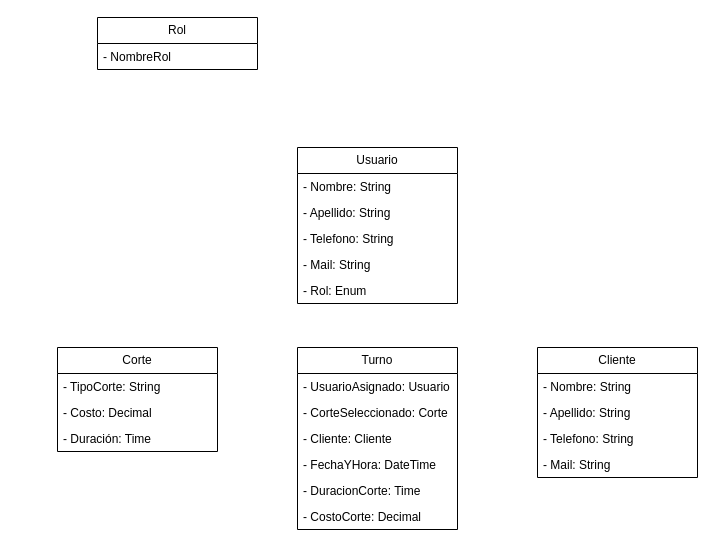
This is ClipperApp.drawio from Francisco-Galea/Diagramas-y-Otros, a draw.io file, before an edit. Source tidied: cells renumbered, new cells numbered last; positions are measured from the earlier drawing's top-left corner, leaving out a move shared by most shapes. Both pictures are drawn from the tidied source at 100%, with x=0, y=0 at pixel (57, 17).
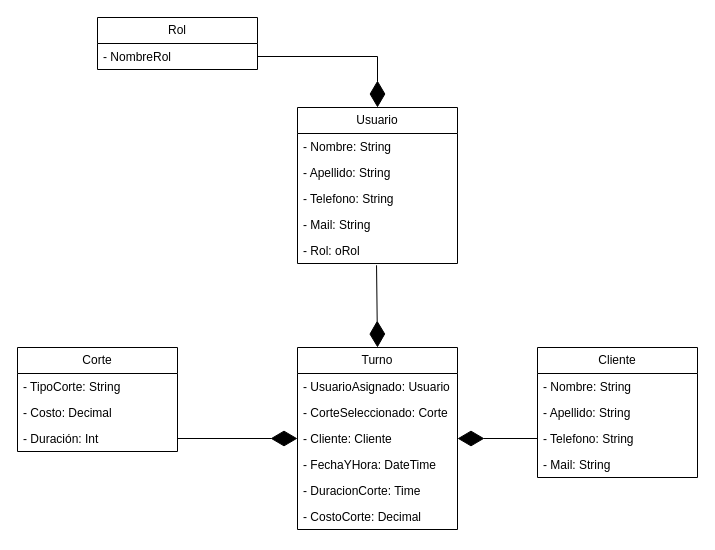
After the change.

The change refers to these unchanged cells:
```xml
<mxCell id="9" value="- NombreRol" style="text;strokeColor=none;fillColor=none;align=left;verticalAlign=top;spacingLeft=4;spacingRight=4;overflow=hidden;points=[[0,0.5],[1,0.5]];portConstraint=eastwest;whiteSpace=wrap;html=1;" parent="8" vertex="1">
  <mxGeometry y="26" width="160" height="26" as="geometry" />
</mxCell>
<mxCell id="13" value="- Telefono: String" style="text;strokeColor=none;fillColor=none;align=left;verticalAlign=top;spacingLeft=4;spacingRight=4;overflow=hidden;points=[[0,0.5],[1,0.5]];portConstraint=eastwest;whiteSpace=wrap;html=1;" parent="10" vertex="1">
  <mxGeometry y="78" width="160" height="26" as="geometry" />
</mxCell>
<mxCell id="19" value="Turno" style="swimlane;fontStyle=0;horizontal=1;startSize=26;fillColor=none;whiteSpace=wrap;html=1;" parent="1" vertex="1">
  <mxGeometry x="240" y="330" width="160" height="182" as="geometry" />
</mxCell>
<mxCell id="22" value="- Cliente: Cliente" style="text;strokeColor=none;fillColor=none;align=left;verticalAlign=top;spacingLeft=4;spacingRight=4;overflow=hidden;points=[[0,0.5],[1,0.5]];portConstraint=eastwest;whiteSpace=wrap;html=1;" parent="19" vertex="1">
  <mxGeometry y="78" width="160" height="26" as="geometry" />
</mxCell>
```

Diff of the diagram source:
```diff
@@
     <mxCell id="2" value="Usuario" style="swimlane;fontStyle=0;horizontal=1;startSize=26;fillColor=none;whiteSpace=wrap;html=1;" parent="1" vertex="1">
-      <mxGeometry x="240" y="130" width="160" height="156" as="geometry" />
+      <mxGeometry x="240" y="90" width="160" height="156" as="geometry" />
     </mxCell>
@@
-    <mxCell id="7" value="- Rol: Enum" style="text;strokeColor=none;fillColor=none;align=left;verticalAlign=top;spacingLeft=4;spacingRight=4;overflow=hidden;points=[[0,0.5],[1,0.5]];portConstraint=eastwest;whiteSpace=wrap;html=1;" parent="2" vertex="1">
+    <mxCell id="7" value="- Rol: oRol" style="text;strokeColor=none;fillColor=none;align=left;verticalAlign=top;spacingLeft=4;spacingRight=4;overflow=hidden;points=[[0,0.5],[1,0.5]];portConstraint=eastwest;whiteSpace=wrap;html=1;" parent="2" vertex="1">
       <mxGeometry y="130" width="160" height="26" as="geometry" />
     </mxCell>
@@
     <mxCell id="15" value="Corte" style="swimlane;fontStyle=0;horizontal=1;startSize=26;fillColor=none;whiteSpace=wrap;html=1;" parent="1" vertex="1">
-      <mxGeometry y="330" width="160" height="104" as="geometry" />
+      <mxGeometry x="-40" y="330" width="160" height="104" as="geometry" />
     </mxCell>
@@
-    <mxCell id="18" value="- Duración: Time&amp;nbsp;" style="text;strokeColor=none;fillColor=none;align=left;verticalAlign=top;spacingLeft=4;spacingRight=4;overflow=hidden;points=[[0,0.5],[1,0.5]];portConstraint=eastwest;whiteSpace=wrap;html=1;" parent="15" vertex="1">
+    <mxCell id="18" value="- Duración: Int&amp;nbsp;" style="text;strokeColor=none;fillColor=none;align=left;verticalAlign=top;spacingLeft=4;spacingRight=4;overflow=hidden;points=[[0,0.5],[1,0.5]];portConstraint=eastwest;whiteSpace=wrap;html=1;" parent="15" vertex="1">
       <mxGeometry y="78" width="160" height="26" as="geometry" />
     </mxCell>
@@
+    <mxCell id="26" style="endArrow=diamondThin;endFill=1;endSize=24;html=1;rounded=0;entryX=0.5;entryY=0;entryDx=0;entryDy=0;exitX=1;exitY=0.5;exitDx=0;exitDy=0;" parent="1" edge="1" source="9" target="2">
+      <mxGeometry relative="1" as="geometry">
+        <Array as="points">
+          <mxPoint x="320" y="39" />
+        </Array>
+      </mxGeometry>
+    </mxCell>
+    <mxCell id="27" style="endArrow=diamondThin;endFill=1;endSize=24;html=1;rounded=0;entryX=0.5;entryY=0;entryDx=0;entryDy=0;exitX=0.494;exitY=1.069;exitDx=0;exitDy=0;exitPerimeter=0;" parent="1" edge="1" source="7" target="19">
+      <mxGeometry relative="1" as="geometry" />
+    </mxCell>
+    <mxCell id="28" style="endArrow=diamondThin;endFill=1;endSize=24;html=1;rounded=0;entryX=0;entryY=0.5;entryDx=0;entryDy=0;exitX=1;exitY=0.5;exitDx=0;exitDy=0;" parent="1" edge="1" source="18" target="22">
+      <mxGeometry relative="1" as="geometry" />
+    </mxCell>
+    <mxCell id="29" style="endArrow=diamondThin;endFill=1;endSize=24;html=1;rounded=0;entryX=1;entryY=0.5;entryDx=0;entryDy=0;exitX=0;exitY=0.5;exitDx=0;exitDy=0;" parent="1" edge="1" source="13" target="22">
+      <mxGeometry relative="1" as="geometry" />
+    </mxCell>
```
